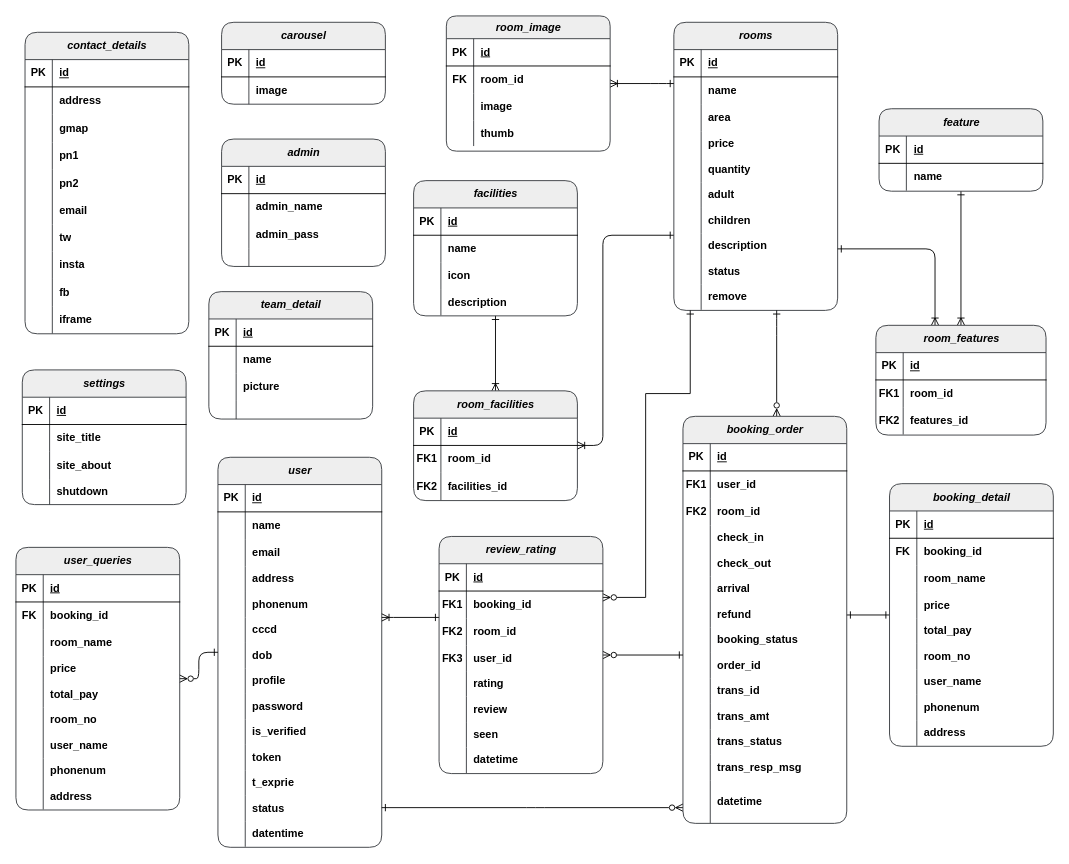
Earlier version of the draw.io diagram Biểu đồ không có tiêu đề.drawio (PEXUANMIKE1/Booking_hotel_BE_API). Source tidied: cells renumbered, new cells numbered last; positions are measured from the earlier drawing's top-left corner, leaving out a move shared by most shapes. Both pictures are drawn from the tidied source at 91%, with x=0, y=0 at pixel (15, 15).
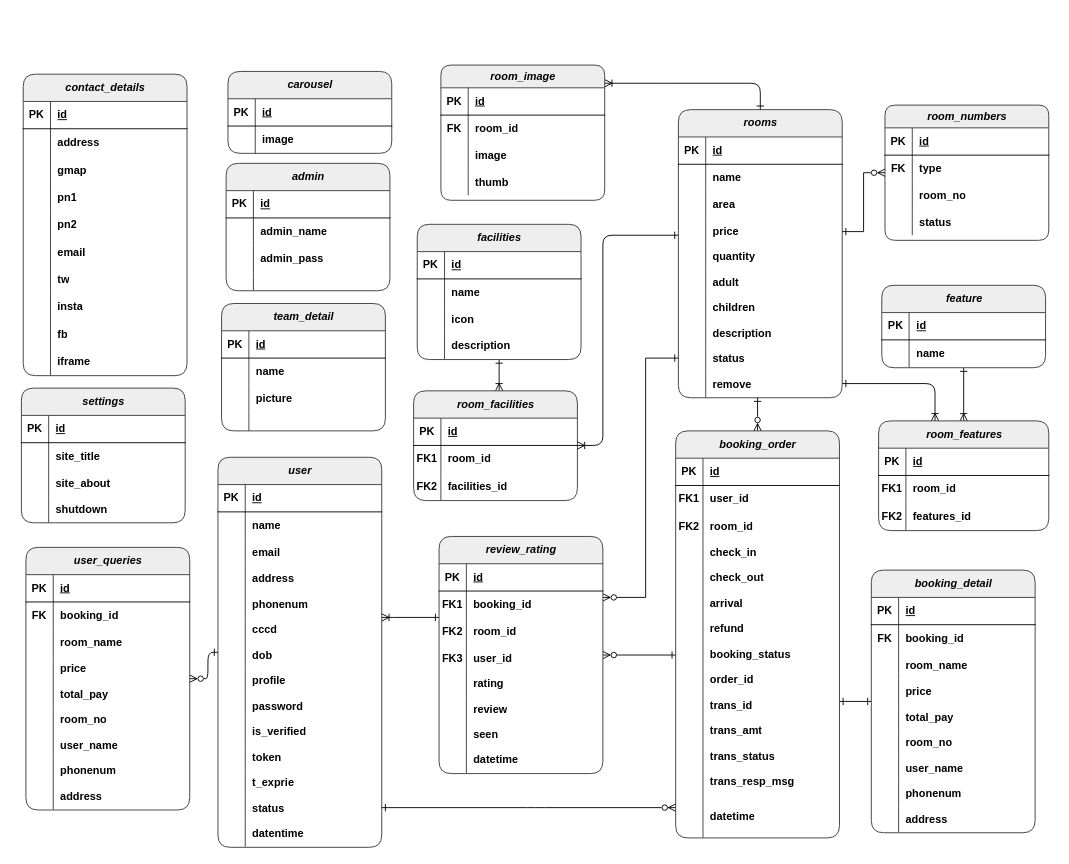
The same page after the edit.

Commit message:
Cập nhật Biểu đồ không có tiêu đề.drawio

The change refers to these unchanged cells:
```xml
<mxCell id="58" style="shape=tableRow;horizontal=0;startSize=0;swimlaneHead=0;swimlaneBody=0;fillColor=none;points=[[0,0.5],[1,0.5]];portConstraint=eastwest;top=0;left=0;right=0;bottom=0;fontStyle=1;rounded=1;" parent="48" vertex="1">
  <mxGeometry y="120" width="180" height="28" as="geometry" />
</mxCell>
<mxCell id="317" value="&lt;i&gt;review_rating&lt;/i&gt;" style="shape=table;startSize=30;childLayout=tableLayout;rowLines=0;fontStyle=1;align=center;html=1;fillColor=#eeeeee;strokeColor=#36393d;rounded=1;" parent="1" vertex="1">
  <mxGeometry x="465" y="572" width="180" height="260.6" as="geometry" />
</mxCell>
```

The edit, as a diff of the source:
```diff
@@
     <mxCell id="2" value="&lt;span style=&quot;font-style: italic;&quot;&gt;admin&lt;/span&gt;" style="shape=table;startSize=30;childLayout=tableLayout;rowLines=0;fontStyle=1;align=center;html=1;fillColor=#eeeeee;strokeColor=#36393d;rounded=1;" parent="1" vertex="1">
-      <mxGeometry x="226" y="135.3" width="180" height="140" as="geometry" />
+      <mxGeometry x="231" y="162" width="180" height="140" as="geometry" />
     </mxCell>
@@
     <mxCell id="16" value="&lt;span style=&quot;font-style: italic;&quot;&gt;facilities&lt;/span&gt;" style="shape=table;startSize=30;childLayout=tableLayout;rowLines=0;fontStyle=1;align=center;html=1;fillColor=#eeeeee;strokeColor=#36393d;rounded=1;" parent="1" vertex="1">
-      <mxGeometry x="437" y="181" width="180" height="148.6" as="geometry" />
+      <mxGeometry x="441" y="229" width="180" height="148.6" as="geometry" />
     </mxCell>
@@
     <mxCell id="30" value="&lt;span style=&quot;font-style: italic;&quot;&gt;feature&lt;/span&gt;" style="shape=table;startSize=30;childLayout=tableLayout;rowLines=0;fontStyle=1;align=center;html=1;fillColor=#eeeeee;strokeColor=#36393d;rounded=1;" parent="1" vertex="1">
-      <mxGeometry x="948.5" y="102" width="180" height="90.6" as="geometry" />
+      <mxGeometry x="951.5" y="296" width="180" height="90.6" as="geometry" />
     </mxCell>
@@
     <mxCell id="48" value="&lt;span style=&quot;font-style: italic;&quot;&gt;rooms&lt;/span&gt;" style="shape=table;startSize=30;childLayout=tableLayout;rowLines=0;fontStyle=1;align=center;html=1;fillColor=#eeeeee;strokeColor=#36393d;rounded=1;" parent="1" vertex="1">
-      <mxGeometry x="723" y="7" width="180" height="316.6" as="geometry" />
+      <mxGeometry x="728" y="103" width="180" height="316.6" as="geometry" />
     </mxCell>
@@
     <mxCell id="79" style="edgeStyle=orthogonalEdgeStyle;rounded=1;jettySize=auto;html=1;endArrow=ERone;endFill=0;startArrow=ERoneToMany;startFill=0;" parent="1" edge="1" source="80" target="48">
       <mxGeometry relative="1" as="geometry">
         <Array as="points">
-          <mxPoint x="1010" y="256" />
+          <mxPoint x="1010" y="404" />
         </Array>
       </mxGeometry>
     </mxCell>
     <mxCell id="80" value="&lt;span style=&quot;font-style: italic;&quot;&gt;room_features&lt;/span&gt;" style="shape=table;startSize=30;childLayout=tableLayout;rowLines=0;fontStyle=1;align=center;html=1;fillColor=#eeeeee;strokeColor=#36393d;rounded=1;" parent="1" vertex="1">
-      <mxGeometry x="945" y="340" width="187" height="120.6" as="geometry" />
+      <mxGeometry x="948" y="445" width="187" height="120.6" as="geometry" />
     </mxCell>
@@
     <mxCell id="91" value="&lt;span style=&quot;font-style: italic;&quot;&gt;room_image&lt;/span&gt;" style="shape=table;startSize=25;childLayout=tableLayout;rowLines=0;fontStyle=1;align=center;html=1;fillColor=#eeeeee;strokeColor=#36393d;rounded=1;" parent="1" vertex="1">
-      <mxGeometry x="473" width="180" height="148.6" as="geometry" />
+      <mxGeometry x="467" y="54" width="180" height="148.6" as="geometry" />
     </mxCell>
@@
     <mxCell id="148" value="&lt;span style=&quot;font-style: italic;&quot;&gt;booking_detail&lt;/span&gt;" style="shape=table;startSize=30;childLayout=tableLayout;rowLines=0;fontStyle=1;align=center;html=1;fillColor=#eeeeee;strokeColor=#36393d;rounded=1;" parent="1" vertex="1">
-      <mxGeometry x="960" y="514" width="180" height="288.6" as="geometry" />
+      <mxGeometry x="940" y="609" width="180" height="288.6" as="geometry" />
     </mxCell>
@@
     <mxCell id="178" value="&lt;span style=&quot;font-style: italic;&quot;&gt;booking_order&lt;/span&gt;" style="shape=table;startSize=30;childLayout=tableLayout;rowLines=0;fontStyle=1;align=center;html=1;fillColor=#eeeeee;strokeColor=#36393d;rounded=1;" parent="1" vertex="1">
-      <mxGeometry x="733" y="440" width="180" height="447.3" as="geometry" />
+      <mxGeometry x="725" y="456" width="180" height="447.3" as="geometry" />
     </mxCell>
@@
     <mxCell id="222" value="&lt;span style=&quot;font-style: italic;&quot;&gt;user_queries&lt;/span&gt;" style="shape=table;startSize=30;childLayout=tableLayout;rowLines=0;fontStyle=1;align=center;html=1;fillColor=#eeeeee;strokeColor=#36393d;rounded=1;" parent="1" vertex="1">
-      <mxGeometry y="584" width="180" height="288.6" as="geometry" />
+      <mxGeometry x="11" y="584" width="180" height="288.6" as="geometry" />
     </mxCell>
@@
     <mxCell id="250" value="&lt;span style=&quot;font-style: italic;&quot;&gt;team_detail&lt;/span&gt;" style="shape=table;startSize=30;childLayout=tableLayout;rowLines=0;fontStyle=1;align=center;html=1;fillColor=#eeeeee;strokeColor=#36393d;rounded=1;" parent="1" vertex="1">
-      <mxGeometry x="212" y="303" width="180" height="140" as="geometry" />
+      <mxGeometry x="226" y="316" width="180" height="140" as="geometry" />
     </mxCell>
@@
     <mxCell id="263" value="&lt;span style=&quot;font-style: italic;&quot;&gt;settings&lt;/span&gt;" style="shape=table;startSize=30;childLayout=tableLayout;rowLines=0;fontStyle=1;align=center;html=1;fillColor=#eeeeee;strokeColor=#36393d;rounded=1;" parent="1" vertex="1">
-      <mxGeometry x="7" y="389" width="180" height="148" as="geometry" />
+      <mxGeometry x="6" y="409" width="180" height="148" as="geometry" />
     </mxCell>
@@
     <mxCell id="276" value="&lt;span style=&quot;font-style: italic;&quot;&gt;carousel&lt;/span&gt;" style="shape=table;startSize=30;childLayout=tableLayout;rowLines=0;fontStyle=1;align=center;html=1;fillColor=#eeeeee;strokeColor=#36393d;rounded=1;" parent="1" vertex="1">
-      <mxGeometry x="226" y="7" width="180" height="90" as="geometry" />
+      <mxGeometry x="233" y="61" width="180" height="90" as="geometry" />
     </mxCell>
@@
     <mxCell id="283" value="&lt;span style=&quot;font-style: italic;&quot;&gt;contact_details&lt;/span&gt;" style="shape=table;startSize=30;childLayout=tableLayout;rowLines=0;fontStyle=1;align=center;html=1;fillColor=#eeeeee;strokeColor=#36393d;rounded=1;" parent="1" vertex="1">
-      <mxGeometry x="10" y="18" width="180" height="331.3" as="geometry" />
+      <mxGeometry x="8" y="64" width="180" height="331.3" as="geometry" />
     </mxCell>
@@
     <mxCell id="314" style="edgeStyle=orthogonalEdgeStyle;rounded=0;jettySize=auto;html=1;endArrow=ERone;endFill=0;startArrow=ERzeroToMany;startFill=0;" parent="1" edge="1" source="317" target="48">
       <mxGeometry relative="1" as="geometry">
         <Array as="points">
           <mxPoint x="692" y="639" />
-          <mxPoint x="692" y="415" />
-          <mxPoint x="741" y="415" />
+          <mxPoint x="692" y="376" />
         </Array>
       </mxGeometry>
     </mxCell>
@@
+    <mxCell id="342" value="&lt;i&gt;room&lt;/i&gt;&lt;i style=&quot;background-color: initial;&quot;&gt;_numbers&lt;/i&gt;" style="shape=table;startSize=25;childLayout=tableLayout;rowLines=0;fontStyle=1;align=center;html=1;fillColor=#eeeeee;strokeColor=#36393d;rounded=1;" parent="1" vertex="1">
+      <mxGeometry x="955" y="98" width="180" height="148.6" as="geometry" />
+    </mxCell>
+    <mxCell id="343" style="shape=tableRow;horizontal=0;startSize=0;swimlaneHead=0;swimlaneBody=0;fillColor=none;top=0;left=0;right=0;bottom=1;fontStyle=1;rounded=1;" parent="342" vertex="1">
+      <mxGeometry y="25" width="180" height="30" as="geometry" />
+    </mxCell>
+    <mxCell id="344" value="PK" style="shape=partialRectangle;fillColor=none;top=0;left=0;bottom=0;right=0;fontStyle=1;overflow=hidden;whiteSpace=wrap;html=1;rounded=1;" parent="343" vertex="1">
+      <mxGeometry width="30" height="30" as="geometry" />
+    </mxCell>
+    <mxCell id="345" value="&lt;span style=&quot;text-wrap: nowrap;&quot;&gt;id&lt;/span&gt;" style="shape=partialRectangle;fillColor=none;top=0;left=0;bottom=0;right=0;align=left;spacingLeft=6;fontStyle=5;overflow=hidden;whiteSpace=wrap;html=1;rounded=1;" parent="343" vertex="1">
+      <mxGeometry x="30" width="150" height="30" as="geometry" />
+    </mxCell>
+    <mxCell id="346" style="shape=tableRow;horizontal=0;startSize=0;swimlaneHead=0;swimlaneBody=0;fillColor=none;top=0;left=0;right=0;bottom=0;fontStyle=1;rounded=1;" parent="342" vertex="1">
+      <mxGeometry y="55" width="180" height="30" as="geometry" />
+    </mxCell>
+    <mxCell id="347" value="FK" style="shape=partialRectangle;fillColor=none;top=0;left=0;bottom=0;right=0;overflow=hidden;whiteSpace=wrap;html=1;fontStyle=1;rounded=1;" parent="346" vertex="1">
+      <mxGeometry width="30" height="30" as="geometry" />
+    </mxCell>
+    <mxCell id="348" value="&lt;span style=&quot;text-wrap: nowrap;&quot;&gt;type&lt;/span&gt;" style="shape=partialRectangle;fillColor=none;top=0;left=0;bottom=0;right=0;align=left;spacingLeft=6;overflow=hidden;whiteSpace=wrap;html=1;fontStyle=1;rounded=1;" parent="346" vertex="1">
+      <mxGeometry x="30" width="150" height="30" as="geometry" />
+    </mxCell>
+    <mxCell id="349" style="shape=tableRow;horizontal=0;startSize=0;swimlaneHead=0;swimlaneBody=0;fillColor=none;top=0;left=0;right=0;bottom=0;fontStyle=1;rounded=1;" parent="342" vertex="1">
+      <mxGeometry y="85" width="180" height="30" as="geometry" />
+    </mxCell>
+    <mxCell id="350" style="shape=partialRectangle;fillColor=none;top=0;left=0;bottom=0;right=0;overflow=hidden;whiteSpace=wrap;html=1;fontStyle=1;rounded=1;" parent="349" vertex="1">
+      <mxGeometry width="30" height="30" as="geometry" />
+    </mxCell>
+    <mxCell id="351" value="&lt;span style=&quot;text-wrap: nowrap;&quot;&gt;room_no&lt;/span&gt;" style="shape=partialRectangle;fillColor=none;top=0;left=0;bottom=0;right=0;align=left;spacingLeft=6;overflow=hidden;whiteSpace=wrap;html=1;fontStyle=1;rounded=1;" parent="349" vertex="1">
+      <mxGeometry x="30" width="150" height="30" as="geometry" />
+    </mxCell>
+    <mxCell id="352" style="shape=tableRow;horizontal=0;startSize=0;swimlaneHead=0;swimlaneBody=0;fillColor=none;top=0;left=0;right=0;bottom=0;fontStyle=1;rounded=1;" parent="342" vertex="1">
+      <mxGeometry y="115" width="180" height="28" as="geometry" />
+    </mxCell>
+    <mxCell id="353" style="shape=partialRectangle;fillColor=none;top=0;left=0;bottom=0;right=0;overflow=hidden;whiteSpace=wrap;html=1;fontStyle=1;rounded=1;" parent="352" vertex="1">
+      <mxGeometry width="30" height="28" as="geometry" />
+    </mxCell>
+    <mxCell id="354" value="status" style="shape=partialRectangle;fillColor=none;top=0;left=0;bottom=0;right=0;align=left;spacingLeft=6;overflow=hidden;whiteSpace=wrap;html=1;fontStyle=1;rounded=1;" parent="352" vertex="1">
+      <mxGeometry x="30" width="150" height="28" as="geometry" />
+    </mxCell>
+    <mxCell id="355" style="edgeStyle=orthogonalEdgeStyle;rounded=0;jettySize=auto;html=1;endArrow=ERzeroToMany;endFill=0;startArrow=ERone;startFill=0;" parent="1" edge="1" source="58" target="342">
+      <mxGeometry relative="1" as="geometry" />
+    </mxCell>
```
